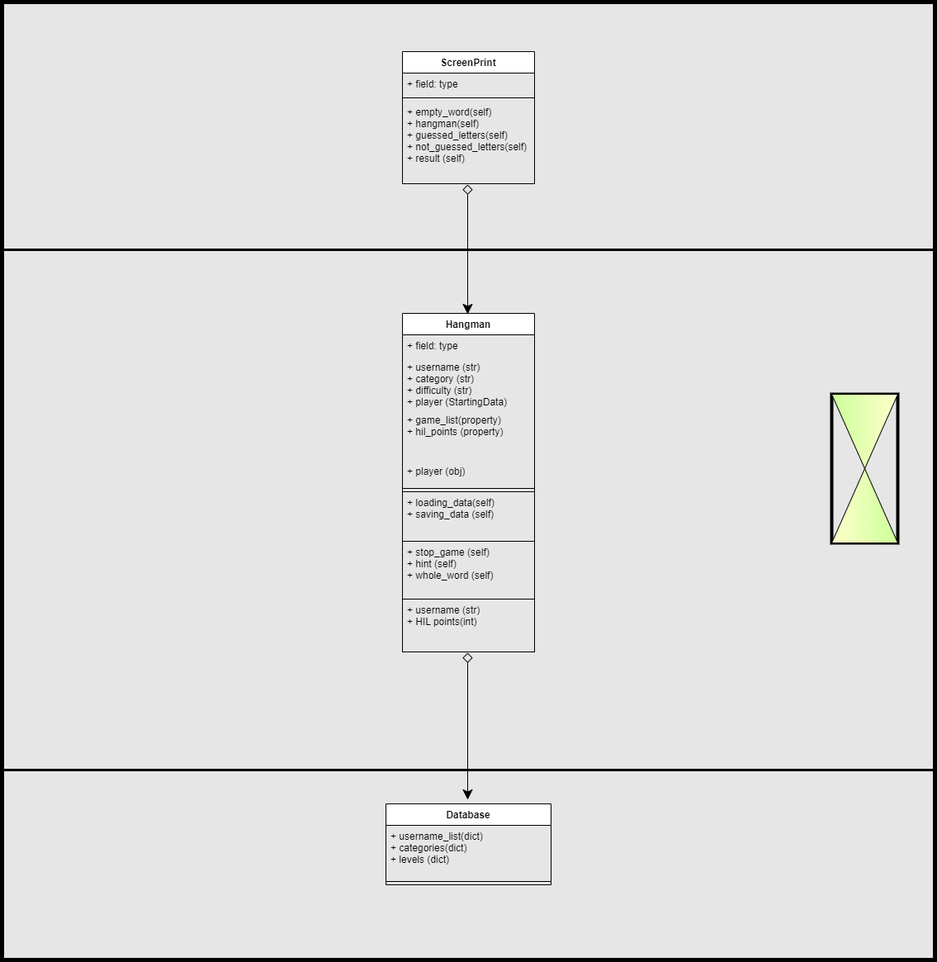
Earlier version of the draw.io export hangman/images/hangman_class_diagram.png (jordrag/Exercises). Source tidied: cells renumbered, new cells last; positions are measured from the earlier drawing's top-left corner, leaving out a move shared by most shapes.
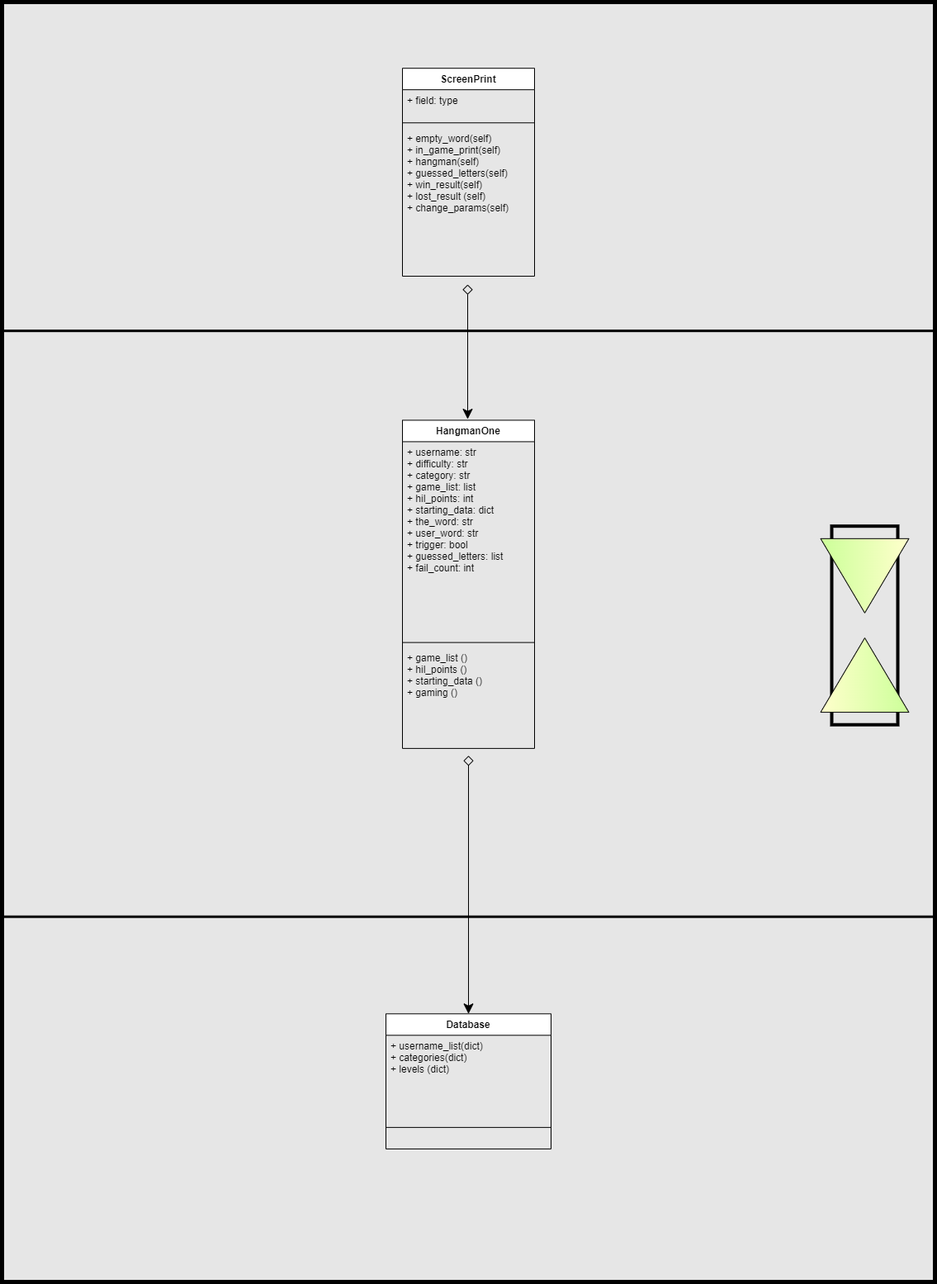
The same diagram one commit later.

Commit message:
Fully working

Diff of the diagram source:
```diff
@@ -3,79 +3,63 @@
     <mxCell id="0" />
     <mxCell id="1" parent="0" />
     <mxCell id="2" style="group;fillColor=none;strokeColor=#000000;strokeWidth=5;" parent="1" vertex="1">
-      <mxGeometry width="1130" height="1160" as="geometry" />
+      <mxGeometry width="1130" height="1550" as="geometry" />
     </mxCell>
     <mxCell id="3" style="rounded=0;whiteSpace=wrap;html=1;strokeWidth=3;fillColor=none;" parent="2" vertex="1">
-      <mxGeometry y="300" width="1130" height="630" as="geometry" />
+      <mxGeometry y="398.2" width="1130" height="709.5" as="geometry" />
     </mxCell>
     <mxCell id="4" style="edgeStyle=orthogonalEdgeStyle;rounded=0;orthogonalLoop=1;jettySize=auto;html=1;entryX=0.5;entryY=0;entryDx=0;entryDy=0;startArrow=diamond;startFill=0;targetPerimeterSpacing=10;endSize=10;sourcePerimeterSpacing=10;startSize=10;" parent="2" edge="1">
       <mxGeometry relative="1" as="geometry">
-        <mxPoint x="564" y="221" as="sourcePoint" />
-        <mxPoint x="564" y="378" as="targetPoint" />
+        <mxPoint x="564" y="342.1" as="sourcePoint" />
+        <mxPoint x="564" y="505.1" as="targetPoint" />
       </mxGeometry>
     </mxCell>
     <mxCell id="5" value="ScreenPrint" style="swimlane;fontStyle=1;align=center;verticalAlign=top;horizontal=1;startSize=26;" parent="2" vertex="1">
-      <mxGeometry x="485" y="60" width="160" height="160" as="geometry" />
+      <mxGeometry x="485" y="80.2" width="160" height="251.8" as="geometry" />
     </mxCell>
     <mxCell id="6" value="+ field: type" style="text;strokeColor=none;fillColor=none;align=left;verticalAlign=top;spacingLeft=4;spacingRight=4;overflow=hidden;" parent="5" vertex="1">
-      <mxGeometry y="26" width="160" height="26" as="geometry" />
+      <mxGeometry y="26" width="160" height="34.7" as="geometry" />
     </mxCell>
     <mxCell id="7" style="line;strokeWidth=1;fillColor=none;align=left;verticalAlign=middle;spacingTop=-1;spacingLeft=3;spacingRight=3;labelPosition=right;strokeColor=inherit;" parent="5" vertex="1">
-      <mxGeometry y="52" width="160" height="8" as="geometry" />
+      <mxGeometry y="60.7" width="160" height="10.7" as="geometry" />
     </mxCell>
-    <mxCell id="8" value="+ empty_word(self)&#10;+ hangman(self)&#10;+ guessed_letters(self)&#10;+ not_guessed_letters(self)&#10;+ result (self)" style="text;strokeColor=none;fillColor=none;align=left;verticalAlign=top;spacingLeft=4;spacingRight=4;overflow=hidden;" parent="5" vertex="1">
-      <mxGeometry y="60" width="160" height="100" as="geometry" />
+    <mxCell id="8" value="+ empty_word(self)&#10;+ in_game_print(self)&#10;+ hangman(self)&#10;+ guessed_letters(self)&#10;+ win_result(self)&#10;+ lost_result (self)&#10;+ change_params(self)" style="text;strokeColor=none;fillColor=none;align=left;verticalAlign=top;spacingLeft=4;spacingRight=4;overflow=hidden;" parent="5" vertex="1">
+      <mxGeometry y="71.4" width="160" height="180.4" as="geometry" />
     </mxCell>
     <mxCell id="9" style="group;fillColor=none;gradientColor=#FFFF00;strokeColor=default;strokeWidth=4;" parent="2" vertex="1">
-      <mxGeometry x="1005" y="475" width="80" height="180" as="geometry" />
+      <mxGeometry x="1005" y="634.7" width="80" height="240.5" as="geometry" />
     </mxCell>
     <mxCell id="10" style="triangle;whiteSpace=wrap;html=1;rotation=90;gradientColor=#CCFF99;strokeColor=#000000;fillColor=#FFFFCC;" parent="9" vertex="1">
-      <mxGeometry x="-5" y="5" width="90" height="80" as="geometry" />
+      <mxGeometry x="-5" y="6.7" width="90" height="106.9" as="geometry" />
     </mxCell>
     <mxCell id="11" style="triangle;whiteSpace=wrap;html=1;rotation=90;direction=west;gradientColor=#CCFF99;strokeColor=#000000;fillColor=#FFFFCC;" parent="9" vertex="1">
-      <mxGeometry x="-5" y="95" width="90" height="80" as="geometry" />
+      <mxGeometry x="-5" y="126.9" width="90" height="106.9" as="geometry" />
     </mxCell>
-    <mxCell id="12" style="edgeStyle=orthogonalEdgeStyle;rounded=0;orthogonalLoop=1;jettySize=auto;html=1;startArrow=diamond;startFill=0;targetPerimeterSpacing=10;endSize=10;sourcePerimeterSpacing=10;startSize=10;" parent="2" edge="1">
-      <mxGeometry relative="1" as="geometry">
-        <mxPoint x="564" y="788" as="sourcePoint" />
-        <mxPoint x="564" y="966" as="targetPoint" />
-      </mxGeometry>
-    </mxCell>
-    <mxCell id="13" value="Hangman" style="swimlane;fontStyle=1;align=center;verticalAlign=top;horizontal=1;startSize=26;" parent="2" vertex="1">
-      <mxGeometry x="485" y="377" width="160" height="410" as="geometry" />
-    </mxCell>
-    <mxCell id="14" value="+ field: type" style="text;strokeColor=none;fillColor=none;align=left;verticalAlign=top;spacingLeft=4;spacingRight=4;overflow=hidden;" parent="13" vertex="1">
-      <mxGeometry y="26" width="160" height="26" as="geometry" />
-    </mxCell>
-    <mxCell id="15" value="+ username (str)&#10;+ category (str)&#10;+ difficulty (str)&#10;+ player (StartingData)" style="text;strokeColor=none;fillColor=none;align=left;verticalAlign=top;spacingLeft=4;spacingRight=4;overflow=hidden;" parent="13" vertex="1">
-      <mxGeometry y="52" width="160" height="64" as="geometry" />
-    </mxCell>
-    <mxCell id="16" value="+ game_list(property)&#10;+ hil_points (property)" style="text;strokeColor=none;fillColor=none;align=left;verticalAlign=top;spacingLeft=4;spacingRight=4;overflow=hidden;" parent="13" vertex="1">
-      <mxGeometry y="116" width="160" height="62" as="geometry" />
-    </mxCell>
-    <mxCell id="17" value="+ player (obj)" style="text;strokeColor=none;fillColor=none;align=left;verticalAlign=top;spacingLeft=4;spacingRight=4;overflow=hidden;" parent="13" vertex="1">
-      <mxGeometry y="178" width="160" height="30" as="geometry" />
-    </mxCell>
-    <mxCell id="18" style="line;strokeWidth=1;fillColor=none;align=left;verticalAlign=middle;spacingTop=-1;spacingLeft=3;spacingRight=3;labelPosition=right;strokeColor=inherit;" parent="13" vertex="1">
-      <mxGeometry y="208" width="160" height="8" as="geometry" />
-    </mxCell>
-    <mxCell id="19" value="+ loading_data(self)&#10;+ saving_data (self)" style="text;strokeColor=default;fillColor=none;align=left;verticalAlign=top;spacingLeft=4;spacingRight=4;overflow=hidden;" parent="13" vertex="1">
-      <mxGeometry y="216" width="160" height="60" as="geometry" />
-    </mxCell>
-    <mxCell id="20" value="+ stop_game (self)&#10;+ hint (self)&#10;+ whole_word (self)" style="text;strokeColor=none;fillColor=none;align=left;verticalAlign=top;spacingLeft=4;spacingRight=4;overflow=hidden;" parent="13" vertex="1">
-      <mxGeometry y="276" width="160" height="70" as="geometry" />
-    </mxCell>
-    <mxCell id="21" value="+ username (str)&#10;+ HIL points(int)&#10;" style="text;strokeColor=default;fillColor=none;align=left;verticalAlign=top;spacingLeft=4;spacingRight=4;overflow=hidden;" parent="13" vertex="1">
-      <mxGeometry y="346" width="160" height="64" as="geometry" />
-    </mxCell>
     <mxCell id="22" value="Database" style="swimlane;fontStyle=1;align=center;verticalAlign=top;horizontal=1;startSize=26;" parent="2" vertex="1">
-      <mxGeometry x="465" y="971" width="200" height="98" as="geometry" />
+      <mxGeometry x="465" y="1225.3" width="200" height="163.6" as="geometry" />
     </mxCell>
     <mxCell id="23" value="+ username_list(dict)&#10;+ categories(dict)&#10;+ levels (dict)" style="text;strokeColor=none;fillColor=none;align=left;verticalAlign=top;spacingLeft=4;spacingRight=4;overflow=hidden;" parent="22" vertex="1">
-      <mxGeometry y="26" width="200" height="64" as="geometry" />
+      <mxGeometry y="26" width="200" height="85.5" as="geometry" />
     </mxCell>
-    <mxCell id="24" style="line;strokeWidth=1;fillColor=none;align=left;verticalAlign=middle;spacingTop=-1;spacingLeft=3;spacingRight=3;labelPosition=right;strokeColor=inherit;" parent="22" vertex="1">
-      <mxGeometry y="90" width="200" height="8" as="geometry" />
+    <mxCell id="24" style="line;strokeWidth=1;fillColor=none;align=left;verticalAlign=middle;spacingTop=-1;spacingLeft=3;spacingRight=3;labelPosition=right;strokeColor=inherit;labelBorderColor=none;" parent="22" vertex="1">
+      <mxGeometry y="111.5" width="200" height="52.1" as="geometry" />
     </mxCell>
+    <mxCell id="25" value="HangmanOne" style="swimlane;fontStyle=1;align=center;verticalAlign=top;horizontal=1;startSize=26;" parent="2" vertex="1">
+      <mxGeometry x="485" y="506.4" width="160" height="397.5" as="geometry" />
+    </mxCell>
+    <mxCell id="26" value="+ username: str&#10;+ difficulty: str&#10;+ category: str&#10;+ game_list: list&#10;+ hil_points: int&#10;+ starting_data: dict &#10;+ the_word: str&#10;+ user_word: str&#10;+ trigger: bool&#10;+ guessed_letters: list&#10;+ fail_count: int" style="text;strokeColor=none;fillColor=none;align=left;verticalAlign=top;spacingLeft=4;spacingRight=4;overflow=hidden;" parent="25" vertex="1">
+      <mxGeometry y="26" width="160" height="237.8" as="geometry" />
+    </mxCell>
+    <mxCell id="27" style="line;strokeWidth=1;fillColor=none;align=left;verticalAlign=middle;spacingTop=-1;spacingLeft=3;spacingRight=3;labelPosition=right;strokeColor=inherit;" parent="25" vertex="1">
+      <mxGeometry y="263.8" width="160" height="10.7" as="geometry" />
+    </mxCell>
+    <mxCell id="28" value="+ game_list ()&#10;+ hil_points ()&#10;+ starting_data ()&#10;+ gaming ()" style="text;strokeColor=none;fillColor=none;align=left;verticalAlign=top;spacingLeft=4;spacingRight=4;overflow=hidden;" parent="25" vertex="1">
+      <mxGeometry y="274.5" width="160" height="122.9" as="geometry" />
+    </mxCell>
+    <mxCell id="29" style="edgeStyle=orthogonalEdgeStyle;rounded=0;jettySize=auto;html=1;entryX=0.5;entryY=0;entryDx=0;entryDy=0;startArrow=diamond;startFill=0;targetPerimeterSpacing=10;endSize=10;sourcePerimeterSpacing=10;startSize=10;" parent="2" edge="1" target="22">
+      <mxGeometry relative="1" as="geometry">
+        <mxPoint x="565" y="912.6" as="sourcePoint" />
+      </mxGeometry>
+    </mxCell>
   </root>
 </mxGraphModel>
```
